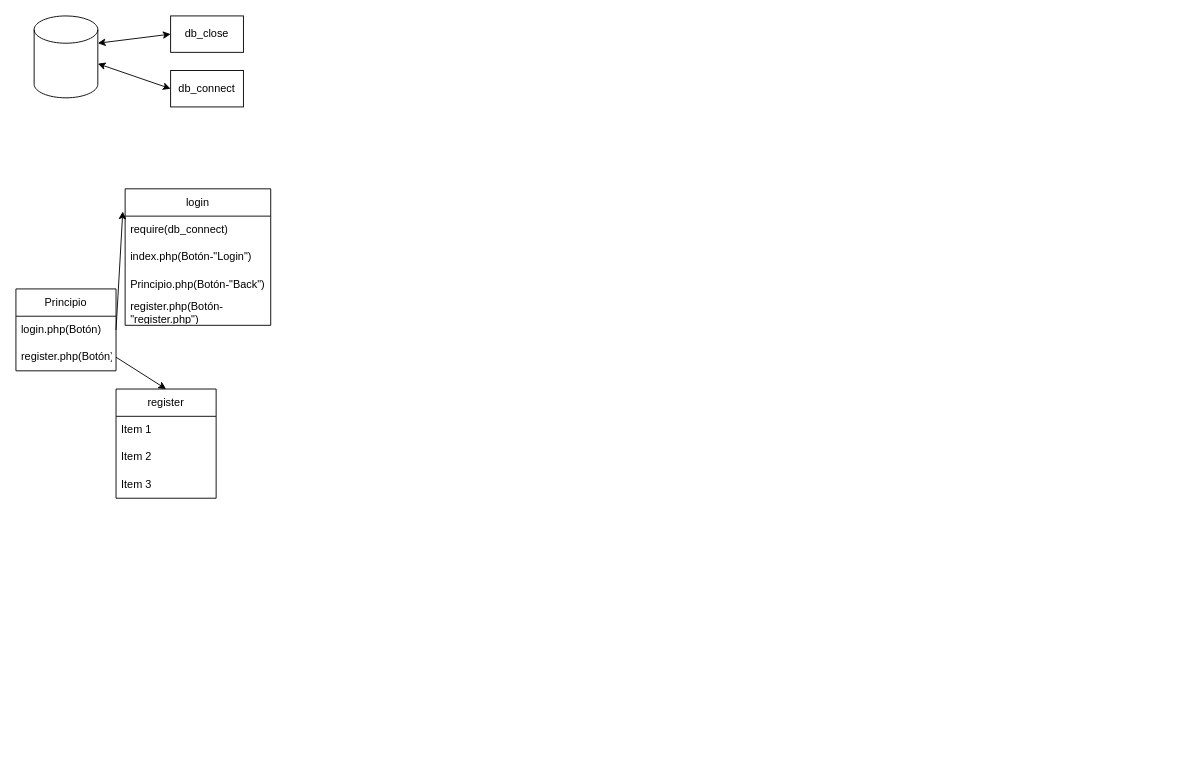
Before: drawing.drawio in Magnof6/knockout_Society, a draw.io diagram. Source tidied: cells renumbered, new cells numbered last; positions are measured from the earlier drawing's top-left corner, leaving out a move shared by most shapes. Both pictures are drawn from the tidied source at 91%, with x=0, y=0 at pixel (15, 15).
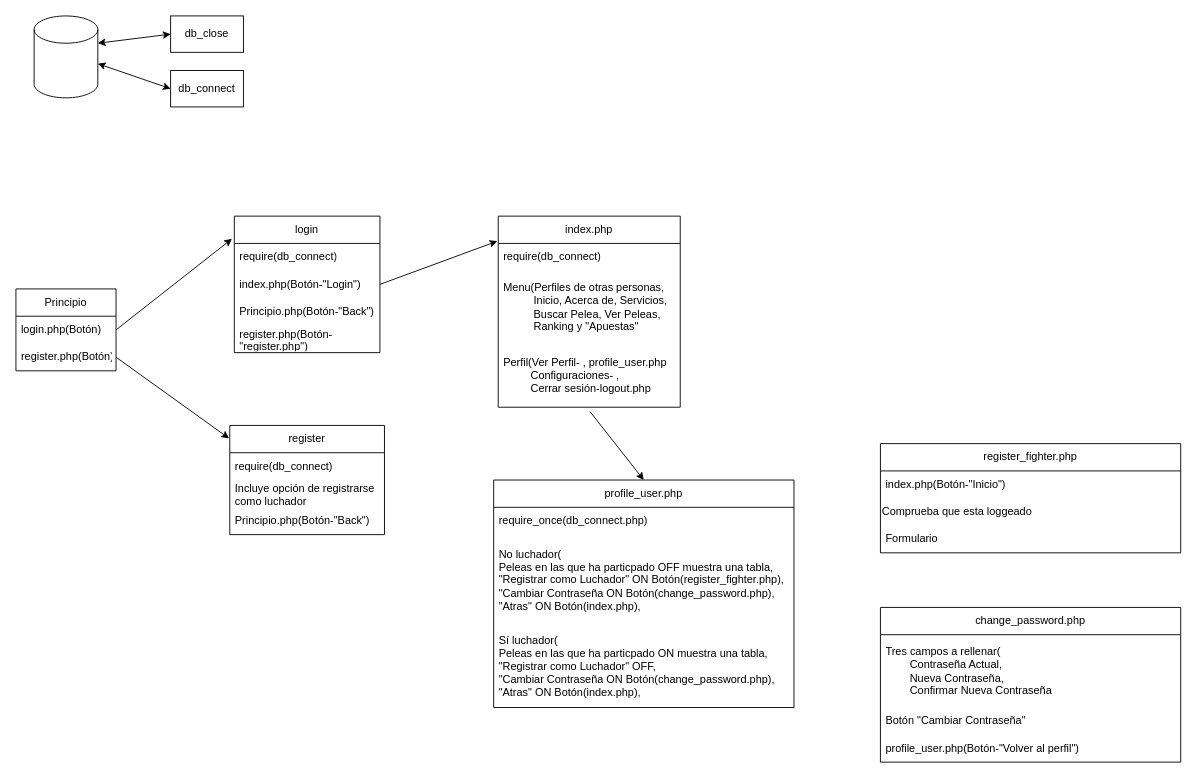
The same page after the edit.

The change refers to these unchanged cells:
```xml
<mxCell id="5" value="register.php(Botón)" style="text;strokeColor=none;fillColor=none;align=left;verticalAlign=middle;spacingLeft=4;spacingRight=4;overflow=hidden;points=[[0,0.5],[1,0.5]];portConstraint=eastwest;whiteSpace=wrap;html=1;" parent="3" vertex="1">
  <mxGeometry y="60" width="110" height="30" as="geometry" />
</mxCell>
<mxCell id="10" value="index.php(Botón-&quot;Login&quot;)" style="text;strokeColor=none;fillColor=none;align=left;verticalAlign=middle;spacingLeft=4;spacingRight=4;overflow=hidden;points=[[0,0.5],[1,0.5]];portConstraint=eastwest;whiteSpace=wrap;html=1;" parent="8" vertex="1">
  <mxGeometry y="60" width="160" height="30" as="geometry" />
</mxCell>
```

What changed in the source:
```diff
@@
-    <mxCell id="6" style="edgeStyle=none;html=1;exitX=1;exitY=0.5;exitDx=0;exitDy=0;entryX=0.5;entryY=0;entryDx=0;entryDy=0;" parent="1" edge="1" source="5" target="13">
+    <mxCell id="6" style="edgeStyle=none;html=1;exitX=1;exitY=0.5;exitDx=0;exitDy=0;entryX=-0.004;entryY=0.119;entryDx=0;entryDy=0;entryPerimeter=0;" parent="1" edge="1" source="5" target="13">
       <mxGeometry relative="1" as="geometry" />
     </mxCell>
@@
     <mxCell id="8" value="login" style="swimlane;fontStyle=0;horizontal=1;startSize=30;whiteSpace=wrap;html=1;" parent="1" vertex="1">
-      <mxGeometry x="120" y="190" width="160" height="150" as="geometry" />
+      <mxGeometry x="240" y="220" width="160" height="150" as="geometry" />
     </mxCell>
@@
     <mxCell id="13" value="register" style="swimlane;fontStyle=0;horizontal=1;startSize=30;whiteSpace=wrap;html=1;" parent="1" vertex="1">
-      <mxGeometry x="110" y="410" width="110" height="120" as="geometry" />
+      <mxGeometry x="235" y="450" width="170" height="120" as="geometry" />
     </mxCell>
-    <mxCell id="14" value="Item 1" style="text;strokeColor=none;fillColor=none;align=left;verticalAlign=middle;spacingLeft=4;spacingRight=4;overflow=hidden;whiteSpace=wrap;html=1;" parent="13" vertex="1">
-      <mxGeometry y="30" width="110" height="30" as="geometry" />
+    <mxCell id="14" value="require(db_connect)" style="text;strokeColor=none;fillColor=none;align=left;verticalAlign=middle;spacingLeft=4;spacingRight=4;overflow=hidden;whiteSpace=wrap;html=1;" parent="13" vertex="1">
+      <mxGeometry y="30" width="170" height="30" as="geometry" />
     </mxCell>
-    <mxCell id="15" value="Item 2" style="text;strokeColor=none;fillColor=none;align=left;verticalAlign=middle;spacingLeft=4;spacingRight=4;overflow=hidden;whiteSpace=wrap;html=1;" parent="13" vertex="1">
-      <mxGeometry y="60" width="110" height="30" as="geometry" />
+    <mxCell id="15" value="Incluye opción de registrarse como luchador" style="text;strokeColor=none;fillColor=none;align=left;verticalAlign=middle;spacingLeft=4;spacingRight=4;overflow=hidden;whiteSpace=wrap;html=1;" parent="13" vertex="1">
+      <mxGeometry y="60" width="170" height="30" as="geometry" />
     </mxCell>
-    <mxCell id="16" value="Item 3" style="text;strokeColor=none;fillColor=none;align=left;verticalAlign=middle;spacingLeft=4;spacingRight=4;overflow=hidden;whiteSpace=wrap;html=1;" parent="13" vertex="1">
-      <mxGeometry y="90" width="110" height="30" as="geometry" />
+    <mxCell id="16" value="Principio.php(Botón-&quot;Back&quot;)" style="text;strokeColor=none;fillColor=none;align=left;verticalAlign=middle;spacingLeft=4;spacingRight=4;overflow=hidden;whiteSpace=wrap;html=1;" parent="13" vertex="1">
+      <mxGeometry y="90" width="170" height="30" as="geometry" />
     </mxCell>
@@
+    <mxCell id="21" value="index.php&lt;br&gt;" style="swimlane;fontStyle=0;horizontal=1;startSize=30;whiteSpace=wrap;html=1;" parent="1" vertex="1">
+      <mxGeometry x="530" y="220" width="200" height="210" as="geometry" />
+    </mxCell>
+    <mxCell id="22" value="require(db_connect)" style="text;strokeColor=none;fillColor=none;align=left;verticalAlign=middle;spacingLeft=4;spacingRight=4;overflow=hidden;whiteSpace=wrap;html=1;" parent="21" vertex="1">
+      <mxGeometry y="30" width="200" height="30" as="geometry" />
+    </mxCell>
+    <mxCell id="23" value="Menu(Perfiles de otras personas,&lt;br&gt;&lt;span style=&quot;white-space: pre;&quot;&gt;&#9;&lt;/span&gt;&amp;nbsp; Inicio, Acerca de, Servicios,&lt;br&gt;&lt;span style=&quot;white-space: pre;&quot;&gt;&#9;&lt;/span&gt;&amp;nbsp; Buscar Pelea, Ver Peleas,&lt;br&gt;&lt;span style=&quot;white-space: pre;&quot;&gt;&#9;&lt;/span&gt;&amp;nbsp; Ranking y &quot;Apuestas&quot;" style="text;strokeColor=none;fillColor=none;align=left;verticalAlign=middle;spacingLeft=4;spacingRight=4;overflow=hidden;whiteSpace=wrap;html=1;" parent="21" vertex="1">
+      <mxGeometry y="60" width="200" height="80" as="geometry" />
+    </mxCell>
+    <mxCell id="24" value="Perfil(Ver Perfil- , profile_user.php&lt;br&gt;&lt;span style=&quot;white-space: pre;&quot;&gt;&#9;&lt;/span&gt;&amp;nbsp;Configuraciones- ,&lt;br&gt;&lt;span style=&quot;white-space: pre;&quot;&gt;&#9;&lt;/span&gt;&amp;nbsp;Cerrar sesión-logout.php" style="text;strokeColor=none;fillColor=none;align=left;verticalAlign=middle;spacingLeft=4;spacingRight=4;overflow=hidden;points=[[0,0.5],[1,0.5]];portConstraint=eastwest;whiteSpace=wrap;html=1;" parent="21" vertex="1">
+      <mxGeometry y="140" width="200" height="70" as="geometry" />
+    </mxCell>
+    <mxCell id="25" style="endArrow=classic;html=1;exitX=1;exitY=0.5;exitDx=0;exitDy=0;entryX=-0.005;entryY=0.131;entryDx=0;entryDy=0;entryPerimeter=0;" parent="1" edge="1" source="10" target="21">
+      <mxGeometry relative="1" as="geometry" />
+    </mxCell>
+    <mxCell id="26" style="endArrow=classic;html=1;exitX=0.504;exitY=1.068;exitDx=0;exitDy=0;exitPerimeter=0;entryX=0.5;entryY=0;entryDx=0;entryDy=0;" parent="1" edge="1" source="24" target="27">
+      <mxGeometry relative="1" as="geometry" />
+    </mxCell>
+    <mxCell id="27" value="profile_user.php" style="swimlane;fontStyle=0;horizontal=1;startSize=30;whiteSpace=wrap;html=1;" parent="1" vertex="1">
+      <mxGeometry x="525" y="510" width="330" height="250" as="geometry" />
+    </mxCell>
+    <mxCell id="28" value="require_once(db_connect.php)" style="text;strokeColor=none;fillColor=none;align=left;verticalAlign=middle;spacingLeft=4;spacingRight=4;overflow=hidden;whiteSpace=wrap;html=1;" parent="27" vertex="1">
+      <mxGeometry y="30" width="330" height="30" as="geometry" />
+    </mxCell>
+    <mxCell id="29" value="No luchador(&lt;br&gt;Peleas en las que ha particpado OFF muestra una tabla,&lt;br&gt;&quot;Registrar como Luchador&quot; ON Botón(register_fighter.php),&lt;br&gt;&quot;Cambiar Contraseña ON Botón(change_password.php),&lt;br&gt;&quot;Atras&quot; ON Botón(index.php)," style="text;strokeColor=none;fillColor=none;align=left;verticalAlign=middle;spacingLeft=4;spacingRight=4;overflow=hidden;whiteSpace=wrap;html=1;" parent="27" vertex="1">
+      <mxGeometry y="60" width="330" height="100" as="geometry" />
+    </mxCell>
+    <mxCell id="30" value="Sí luchador(&lt;br&gt;Peleas en las que ha particpado ON muestra una tabla, &lt;br&gt;&quot;Registrar como Luchador&quot; OFF,&lt;br&gt;&quot;Cambiar Contraseña ON Botón(change_password.php),&lt;br&gt;&quot;Atras&quot; ON Botón(index.php)," style="text;strokeColor=none;fillColor=none;align=left;verticalAlign=middle;spacingLeft=4;spacingRight=4;overflow=hidden;whiteSpace=wrap;html=1;" parent="27" vertex="1">
+      <mxGeometry y="160" width="330" height="90" as="geometry" />
+    </mxCell>
+    <mxCell id="31" value="register_fighter.php" style="swimlane;fontStyle=0;horizontal=1;startSize=30;whiteSpace=wrap;html=1;" parent="1" vertex="1">
+      <mxGeometry x="950" y="470" width="330" height="120" as="geometry" />
+    </mxCell>
+    <mxCell id="32" value="index.php(Botón-&quot;Inicio&quot;)" style="text;strokeColor=none;fillColor=none;align=left;verticalAlign=middle;spacingLeft=4;spacingRight=4;overflow=hidden;whiteSpace=wrap;html=1;" parent="31" vertex="1">
+      <mxGeometry y="30" width="330" height="30" as="geometry" />
+    </mxCell>
+    <mxCell id="33" value="Comprueba que esta loggeado" style="text;html=1;align=left;verticalAlign=middle;strokeColor=none;fillColor=none;" parent="31" vertex="1">
+      <mxGeometry y="60" width="330" height="30" as="geometry" />
+    </mxCell>
+    <mxCell id="34" value="Formulario" style="text;strokeColor=none;fillColor=none;align=left;verticalAlign=middle;spacingLeft=4;spacingRight=4;overflow=hidden;whiteSpace=wrap;html=1;" parent="31" vertex="1">
+      <mxGeometry y="90" width="330" height="30" as="geometry" />
+    </mxCell>
+    <mxCell id="35" value="change_password.php" style="swimlane;fontStyle=0;horizontal=1;startSize=30;whiteSpace=wrap;html=1;" parent="1" vertex="1">
+      <mxGeometry x="950" y="650" width="330" height="170" as="geometry" />
+    </mxCell>
+    <mxCell id="36" value="Tres campos a rellenar(&lt;br&gt;&lt;span style=&quot;white-space: pre;&quot;&gt;&#9;&lt;/span&gt;Contraseña Actual,&lt;br&gt;&lt;span style=&quot;white-space: pre;&quot;&gt;&#9;&lt;/span&gt;Nueva Contraseña,&lt;br&gt;&lt;span style=&quot;white-space: pre;&quot;&gt;&#9;&lt;/span&gt;Confirmar Nueva Contraseña" style="text;strokeColor=none;fillColor=none;align=left;verticalAlign=middle;spacingLeft=4;spacingRight=4;overflow=hidden;whiteSpace=wrap;html=1;" parent="35" vertex="1">
+      <mxGeometry y="30" width="330" height="80" as="geometry" />
+    </mxCell>
+    <mxCell id="37" value="Botón &quot;Cambiar Contraseña&quot;" style="text;strokeColor=none;fillColor=none;align=left;verticalAlign=middle;spacingLeft=4;spacingRight=4;overflow=hidden;whiteSpace=wrap;html=1;" parent="35" vertex="1">
+      <mxGeometry y="110" width="330" height="30" as="geometry" />
+    </mxCell>
+    <mxCell id="38" value="profile_user.php(Botón-&quot;Volver al perfil&quot;)" style="text;strokeColor=none;fillColor=none;align=left;verticalAlign=middle;spacingLeft=4;spacingRight=4;overflow=hidden;whiteSpace=wrap;html=1;" parent="35" vertex="1">
+      <mxGeometry y="140" width="330" height="30" as="geometry" />
+    </mxCell>
```
